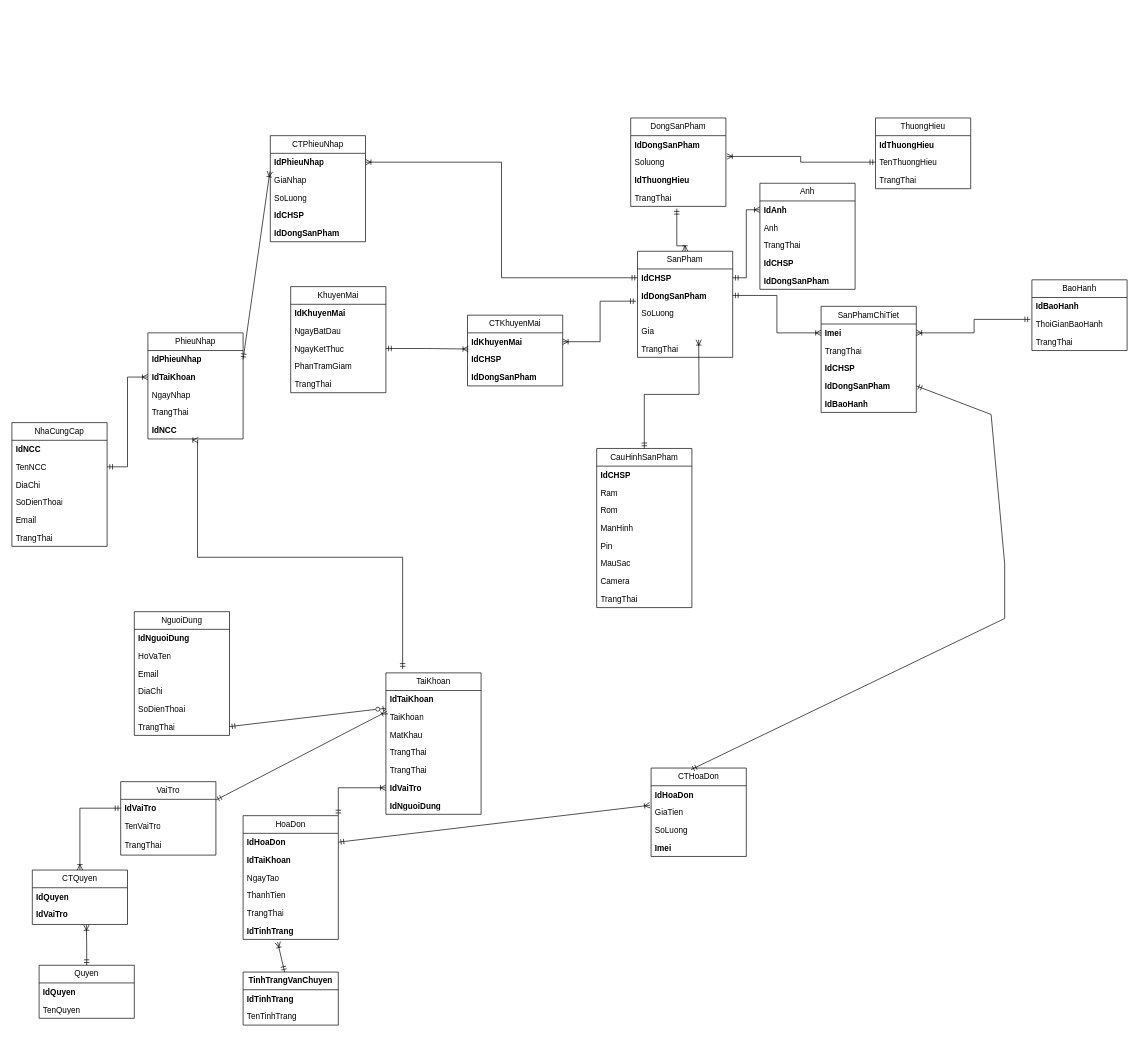
This is erd/CSDL.drawio from DBPCod/Web-NangCao, a draw.io file, before an edit. Source tidied: cells renumbered, new cells numbered last; positions are measured from the earlier drawing's top-left corner, leaving out a move shared by most shapes. Both pictures are drawn from the tidied source at 68%, with x=0, y=0 at pixel (12, 118).
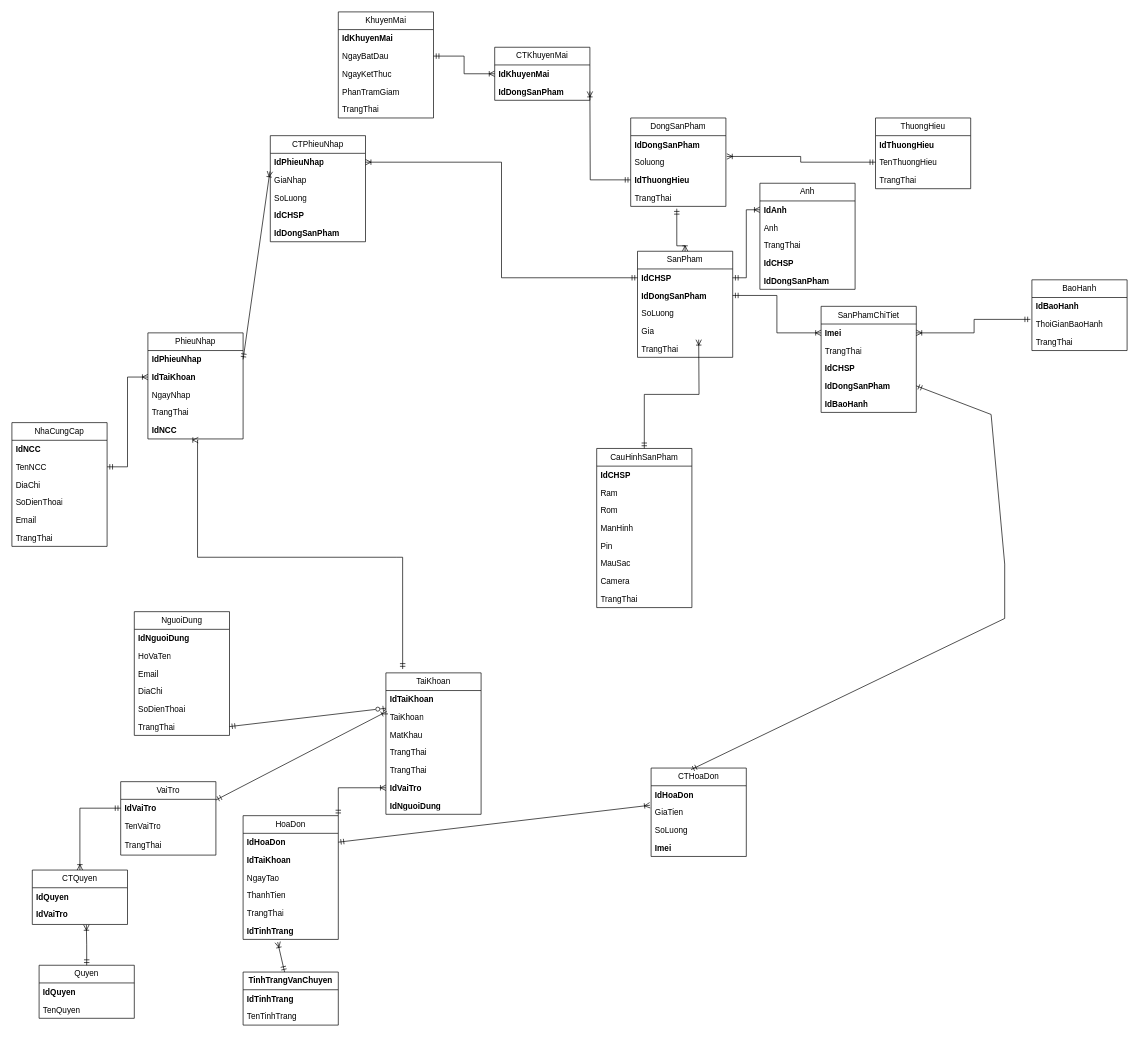
The same diagram, later.

Commit message (it also covers changes not shown here):
sua database giua khuyenmai va dongsanpham

Unchanged cells that the change refers to:
```xml
<mxCell id="37" value="NgayBatDau" style="text;strokeColor=none;fillColor=none;align=left;verticalAlign=top;spacingLeft=4;spacingRight=4;overflow=hidden;points=[[0,0.5],[1,0.5]];portConstraint=eastwest;whiteSpace=wrap;html=1;fontStyle=0;" parent="35" vertex="1">
  <mxGeometry y="52" width="140" height="26" as="geometry" />
</mxCell>
<mxCell id="38" value="NgayKetThuc" style="text;strokeColor=none;fillColor=none;align=left;verticalAlign=top;spacingLeft=4;spacingRight=4;overflow=hidden;points=[[0,0.5],[1,0.5]];portConstraint=eastwest;whiteSpace=wrap;html=1;fontStyle=0;" parent="35" vertex="1">
  <mxGeometry y="78" width="140" height="26" as="geometry" />
</mxCell>
<mxCell id="100" value="IdThuongHieu" style="text;strokeColor=none;fillColor=none;align=left;verticalAlign=top;spacingLeft=4;spacingRight=4;overflow=hidden;points=[[0,0.5],[1,0.5]];portConstraint=eastwest;whiteSpace=wrap;html=1;fontStyle=1;" parent="97" vertex="1">
  <mxGeometry y="78" width="140" height="26" as="geometry" />
</mxCell>
<mxCell id="103" value="IdKhuyenMai" style="text;strokeColor=none;fillColor=none;align=left;verticalAlign=top;spacingLeft=4;spacingRight=4;overflow=hidden;points=[[0,0.5],[1,0.5]];portConstraint=eastwest;whiteSpace=wrap;html=1;fontStyle=1;" parent="102" vertex="1">
  <mxGeometry y="26" width="140" height="26" as="geometry" />
</mxCell>
<mxCell id="110" value="SoLuong" style="text;strokeColor=none;fillColor=none;align=left;verticalAlign=top;spacingLeft=4;spacingRight=4;overflow=hidden;points=[[0,0.5],[1,0.5]];portConstraint=eastwest;whiteSpace=wrap;html=1;fontStyle=0;" parent="107" vertex="1">
  <mxGeometry y="78" width="140" height="26" as="geometry" />
</mxCell>
```

Change to the diagram source:
```diff
@@
     <mxCell id="35" value="KhuyenMai" style="swimlane;fontStyle=0;horizontal=1;startSize=26;fillColor=none;whiteSpace=wrap;html=1;" parent="1" vertex="1">
-      <mxGeometry x="410" y="248" width="140" height="156" as="geometry" />
+      <mxGeometry x="480" y="-156" width="140" height="156" as="geometry" />
     </mxCell>
@@
     <mxCell id="102" value="CTKhuyenMai" style="swimlane;fontStyle=0;horizontal=1;startSize=26;fillColor=none;whiteSpace=wrap;html=1;" parent="1" vertex="1">
-      <mxGeometry x="670" y="290" width="140" height="104" as="geometry" />
+      <mxGeometry x="710" y="-104" width="140" height="78" as="geometry" />
     </mxCell>
@@
-    <mxCell id="104" value="IdCHSP" style="text;strokeColor=none;fillColor=none;align=left;verticalAlign=top;spacingLeft=4;spacingRight=4;overflow=hidden;whiteSpace=wrap;html=1;fontStyle=1;" parent="102" vertex="1">
-      <mxGeometry y="52" width="140" height="26" as="geometry" />
-    </mxCell>
     <mxCell id="105" value="IdDongSanPham" style="text;strokeColor=none;fillColor=none;align=left;verticalAlign=top;spacingLeft=4;spacingRight=4;overflow=hidden;whiteSpace=wrap;html=1;fontStyle=1;" parent="102" vertex="1">
-      <mxGeometry y="78" width="140" height="26" as="geometry" />
+      <mxGeometry y="52" width="140" height="26" as="geometry" />
     </mxCell>
-    <mxCell id="106" style="edgeStyle=orthogonalEdgeStyle;rounded=0;jettySize=auto;html=1;exitX=1;exitY=0.5;exitDx=0;exitDy=0;entryX=0.01;entryY=0.915;entryDx=0;entryDy=0;entryPerimeter=0;endArrow=ERoneToMany;endFill=0;startArrow=ERmandOne;startFill=0;" parent="1" edge="1" source="38" target="103">
-      <mxGeometry relative="1" as="geometry" />
-    </mxCell>
@@
-    <mxCell id="130" style="edgeStyle=orthogonalEdgeStyle;rounded=0;jettySize=auto;html=1;exitX=1;exitY=0.5;exitDx=0;exitDy=0;entryX=-0.016;entryY=-0.177;entryDx=0;entryDy=0;entryPerimeter=0;endArrow=ERmandOne;endFill=0;startArrow=ERoneToMany;startFill=0;" parent="1" edge="1" source="103" target="110">
-      <mxGeometry relative="1" as="geometry" />
-    </mxCell>
+    <mxCell id="131" style="edgeStyle=orthogonalEdgeStyle;rounded=0;jettySize=auto;html=1;exitX=1;exitY=0.5;exitDx=0;exitDy=0;entryX=0;entryY=0.5;entryDx=0;entryDy=0;endArrow=ERoneToMany;endFill=0;startArrow=ERmandOne;startFill=0;" parent="1" edge="1" source="37" target="102">
+      <mxGeometry relative="1" as="geometry" />
+    </mxCell>
+    <mxCell id="132" style="edgeStyle=orthogonalEdgeStyle;rounded=0;jettySize=auto;html=1;exitX=1;exitY=0.5;exitDx=0;exitDy=0;endArrow=ERmandOne;endFill=0;startArrow=ERoneToMany;startFill=0;" parent="1" edge="1" target="100">
+      <mxGeometry relative="1" as="geometry">
+        <mxPoint x="850" y="-39" as="sourcePoint" />
+      </mxGeometry>
+    </mxCell>
```
